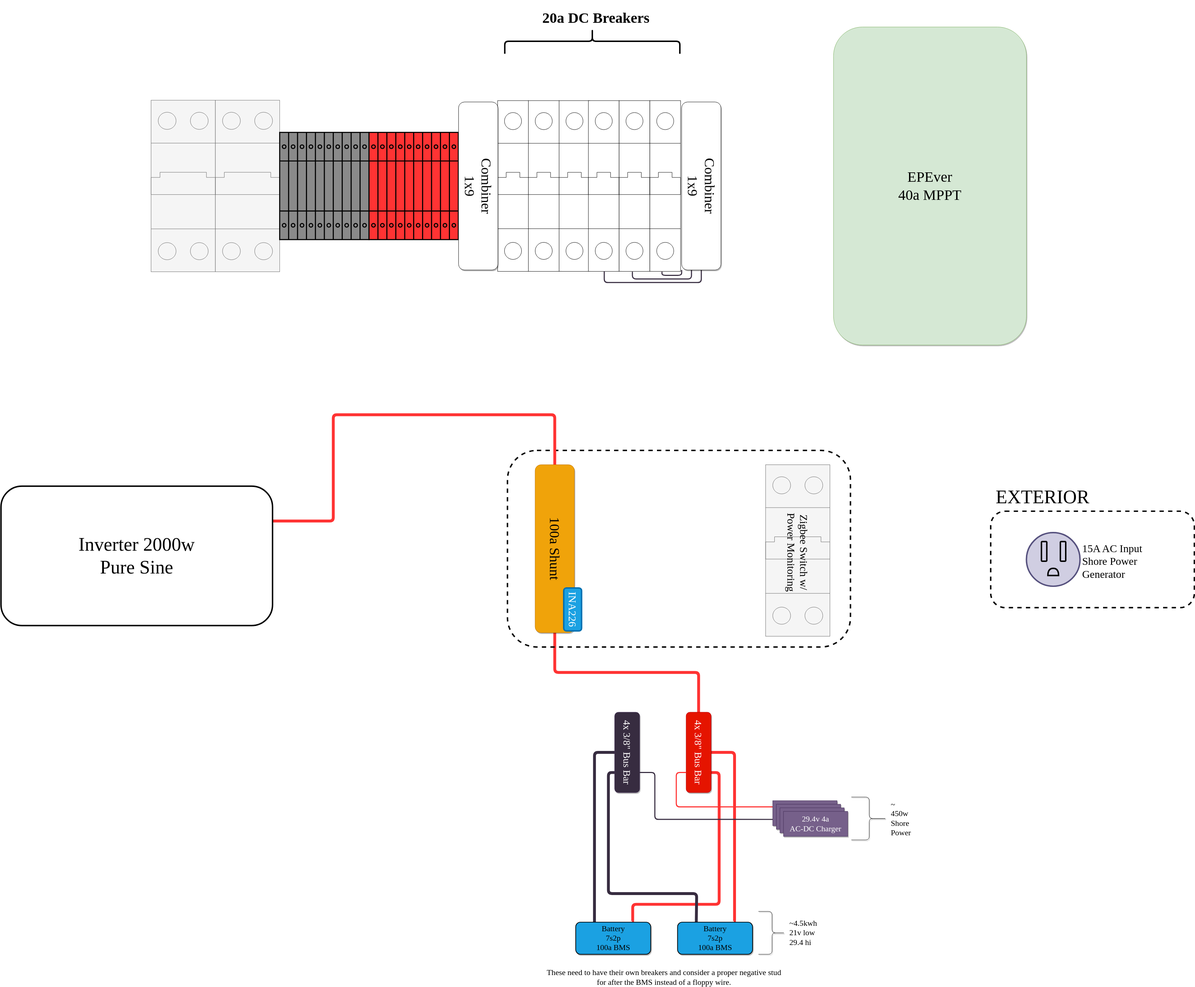
Earlier version of the draw.io export gary-bussy-electrical.drawio.svg (clomads/gary-bussy). Source tidied: cells renumbered, new cells last; positions are measured from the earlier drawing's top-left corner, leaving out a move shared by most shapes.
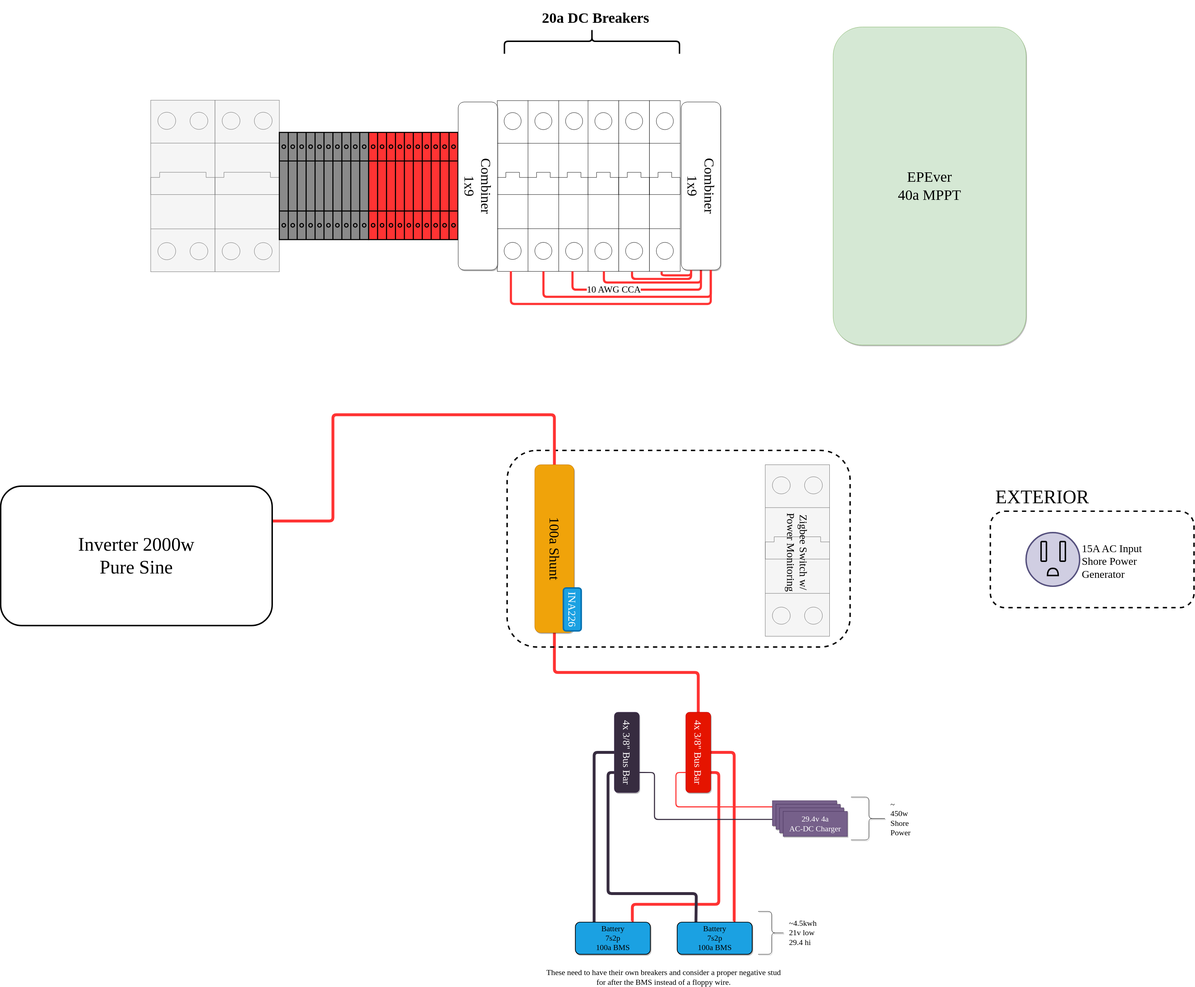
Later version of the same file.

Commit message:
wiring for distro breakers

Change to the diagram source:
```diff
@@ -125,7 +125,7 @@
     <mxCell id="33" style="verticalLabelPosition=bottom;dashed=0;shadow=0;html=1;align=center;verticalAlign=top;shape=mxgraph.cabinets.cb_1p;fontSize=41;" parent="22" vertex="1">
       <mxGeometry x="1396" y="1.1" width="86" height="477.9" as="geometry" />
     </mxCell>
-    <mxCell id="34" style="edgeStyle=orthogonalEdgeStyle;rounded=1;jettySize=auto;html=1;exitX=1;exitY=0.75;exitDx=0;exitDy=0;entryX=0.432;entryY=1.002;entryDx=0;entryDy=0;entryPerimeter=0;strokeColor=#372C40;strokeWidth=3;fontFamily=League Spartan;fontSource=https%3A%2F%2Ffonts.googleapis.com%2Fcss%3Ffamily%3DLeague%2BSpartan;fontSize=53;endArrow=none;endFill=0;" parent="22" edge="1" source="36" target="32">
+    <mxCell id="34" style="edgeStyle=orthogonalEdgeStyle;rounded=1;jettySize=auto;html=1;exitX=1;exitY=0.75;exitDx=0;exitDy=0;entryX=0.432;entryY=1.002;entryDx=0;entryDy=0;entryPerimeter=0;strokeColor=#FF3333;strokeWidth=6;fontFamily=League Spartan;fontSource=https%3A%2F%2Ffonts.googleapis.com%2Fcss%3Ffamily%3DLeague%2BSpartan;fontSize=53;endArrow=none;endFill=0;" parent="22" edge="1" source="36" target="32">
       <mxGeometry relative="1" as="geometry">
         <Array as="points">
           <mxPoint x="1513" y="500" />
@@ -133,7 +133,7 @@
         </Array>
       </mxGeometry>
     </mxCell>
-    <mxCell id="35" style="edgeStyle=orthogonalEdgeStyle;rounded=1;jettySize=auto;html=1;exitX=1;exitY=0.5;exitDx=0;exitDy=0;entryX=0.516;entryY=1;entryDx=0;entryDy=0;entryPerimeter=0;strokeColor=#372C40;strokeWidth=3;fontFamily=League Spartan;fontSource=https%3A%2F%2Ffonts.googleapis.com%2Fcss%3Ffamily%3DLeague%2BSpartan;fontSize=53;endArrow=none;endFill=0;" parent="22" edge="1" source="36" target="31">
+    <mxCell id="35" style="edgeStyle=orthogonalEdgeStyle;rounded=1;jettySize=auto;html=1;exitX=1;exitY=0.5;exitDx=0;exitDy=0;entryX=0.516;entryY=1;entryDx=0;entryDy=0;entryPerimeter=0;strokeColor=#FF3333;strokeWidth=6;fontFamily=League Spartan;fontSource=https%3A%2F%2Ffonts.googleapis.com%2Fcss%3Ffamily%3DLeague%2BSpartan;fontSize=53;endArrow=none;endFill=0;" parent="22" edge="1" source="36" target="31">
       <mxGeometry relative="1" as="geometry">
         <Array as="points">
           <mxPoint x="1540" y="510" />
@@ -141,9 +141,36 @@
         </Array>
       </mxGeometry>
     </mxCell>
+    <mxCell id="58" style="edgeStyle=orthogonalEdgeStyle;rounded=1;jettySize=auto;html=1;exitX=1;exitY=0.5;exitDx=0;exitDy=0;entryX=0.447;entryY=1;entryDx=0;entryDy=0;entryPerimeter=0;strokeColor=#FF3333;strokeWidth=6;fontFamily=League Spartan;fontSource=https%3A%2F%2Ffonts.googleapis.com%2Fcss%3Ffamily%3DLeague%2BSpartan;fontSize=53;endArrow=none;endFill=0;" parent="22" edge="1" source="36" target="30">
+      <mxGeometry relative="1" as="geometry">
+        <Array as="points">
+          <mxPoint x="1540" y="530" />
+          <mxPoint x="1180" y="530" />
+        </Array>
+      </mxGeometry>
+    </mxCell>
+    <mxCell id="59" value="10 AWG CCA" style="edgeLabel;html=1;align=center;verticalAlign=middle;fontSize=26;fontFamily=League Spartan;" parent="58" vertex="1">
+      <mxGeometry x="0.29" y="-1" relative="1" as="geometry" />
+    </mxCell>
+    <mxCell id="60" style="edgeStyle=orthogonalEdgeStyle;rounded=1;jettySize=auto;html=1;exitX=1;exitY=0.25;exitDx=0;exitDy=0;entryX=0.443;entryY=0.999;entryDx=0;entryDy=0;entryPerimeter=0;strokeColor=#FF3333;strokeWidth=6;fontFamily=League Spartan;fontSource=https%3A%2F%2Ffonts.googleapis.com%2Fcss%3Ffamily%3DLeague%2BSpartan;fontSize=53;endArrow=none;endFill=0;" parent="22" edge="1" source="36" target="27">
+      <mxGeometry relative="1" as="geometry">
+        <Array as="points">
+          <mxPoint x="1568" y="570" />
+          <mxPoint x="1008" y="570" />
+        </Array>
+      </mxGeometry>
+    </mxCell>
     <mxCell id="36" value="Combiner&lt;br style=&quot;font-size: 39px;&quot;&gt;1x9" style="rounded=1;whiteSpace=wrap;html=1;shadow=1;sketch=0;fontFamily=League Spartan;fontSource=https%3A%2F%2Ffonts.googleapis.com%2Fcss%3Ffamily%3DLeague%2BSpartan;fontSize=39;rotation=90;" parent="22" vertex="1">
       <mxGeometry x="1304.9" y="185" width="470.2" height="110" as="geometry" />
     </mxCell>
+    <mxCell id="61" style="edgeStyle=orthogonalEdgeStyle;rounded=1;jettySize=auto;html=1;exitX=1;exitY=0.25;exitDx=0;exitDy=0;strokeColor=#FF3333;strokeWidth=6;fontFamily=League Spartan;fontSource=https%3A%2F%2Ffonts.googleapis.com%2Fcss%3Ffamily%3DLeague%2BSpartan;fontSize=53;endArrow=none;endFill=0;entryX=0.502;entryY=1;entryDx=0;entryDy=0;entryPerimeter=0;" parent="22" edge="1" source="36" target="29">
+      <mxGeometry relative="1" as="geometry">
+        <Array as="points">
+          <mxPoint x="1568" y="550" />
+          <mxPoint x="1099" y="550" />
+        </Array>
+      </mxGeometry>
+    </mxCell>
     <mxCell id="37" style="group;" parent="21" vertex="1">
       <mxGeometry x="990" width="490" height="150" as="geometry" />
     </mxCell>
@@ -210,11 +237,11 @@
     <mxCell id="56" value="&lt;div style=&quot;text-align: left;&quot;&gt;&lt;span style=&quot;background-color: initial;&quot;&gt;15A AC Input&lt;/span&gt;&lt;/div&gt;&lt;div style=&quot;text-align: left;&quot;&gt;&lt;span style=&quot;background-color: initial;&quot;&gt;Shore Power&lt;/span&gt;&lt;/div&gt;&lt;div style=&quot;text-align: left;&quot;&gt;&lt;span style=&quot;background-color: initial;&quot;&gt;Generator&lt;/span&gt;&lt;/div&gt;" style="text;html=1;align=center;verticalAlign=middle;strokeColor=none;fillColor=none;fontSize=30;fontFamily=League Spartan;" parent="50" vertex="1">
       <mxGeometry x="150" y="20" width="180" height="120" as="geometry" />
     </mxCell>
-    <mxCell id="57" style="edgeStyle=orthogonalEdgeStyle;rounded=1;jettySize=auto;html=1;exitX=1;exitY=1;exitDx=0;exitDy=0;strokeColor=#372C40;strokeWidth=3;fontFamily=League Spartan;fontSource=https%3A%2F%2Ffonts.googleapis.com%2Fcss%3Ffamily%3DLeague%2BSpartan;fontSize=53;endArrow=none;endFill=0;" parent="1" edge="1" source="36">
+    <mxCell id="57" style="edgeStyle=orthogonalEdgeStyle;rounded=1;jettySize=auto;html=1;exitX=1;exitY=0.75;exitDx=0;exitDy=0;strokeColor=#FF3333;strokeWidth=6;fontFamily=League Spartan;fontSource=https%3A%2F%2Ffonts.googleapis.com%2Fcss%3Ffamily%3DLeague%2BSpartan;fontSize=53;endArrow=none;endFill=0;" parent="1" edge="1" source="36">
       <mxGeometry relative="1" as="geometry">
         <mxPoint x="1850" y="760" as="targetPoint" />
         <Array as="points">
-          <mxPoint x="1905" y="770" />
+          <mxPoint x="1933" y="770" />
           <mxPoint x="1850" y="770" />
         </Array>
       </mxGeometry>
```
